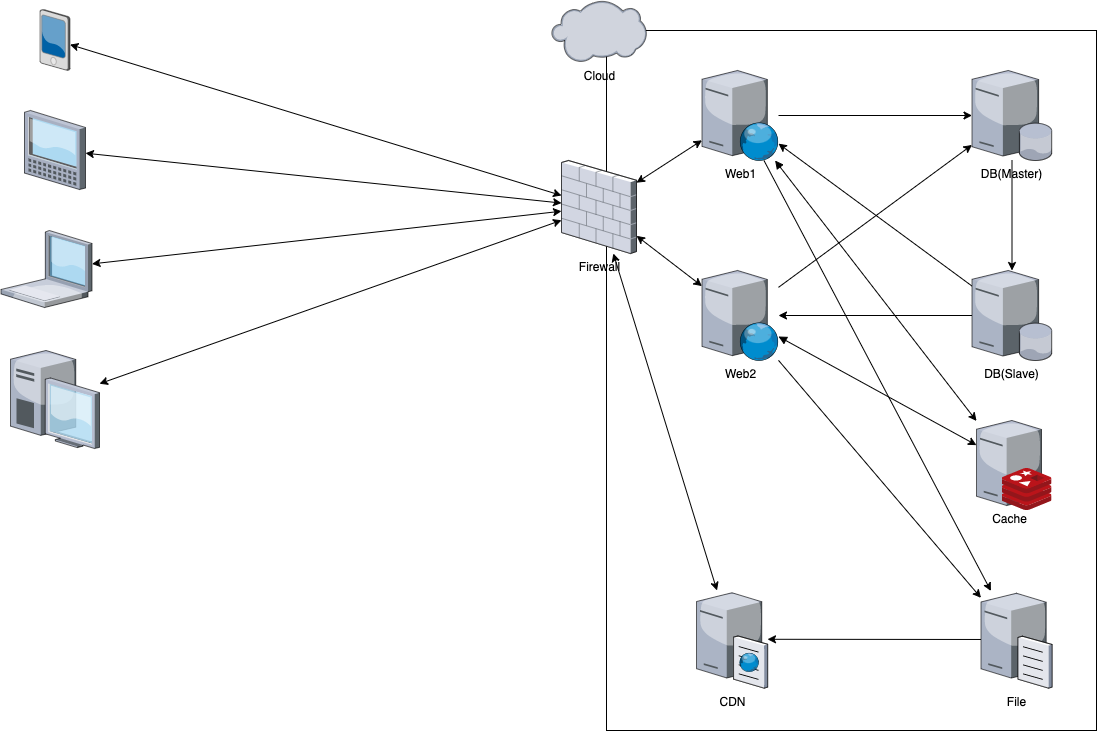
This is docs/architecture.drawio.png from wate/lde, a draw.io export, as it was before one commit. Source tidied: cells renumbered, new cells last; positions are measured from the earlier drawing's top-left corner, leaving out a move shared by most shapes.
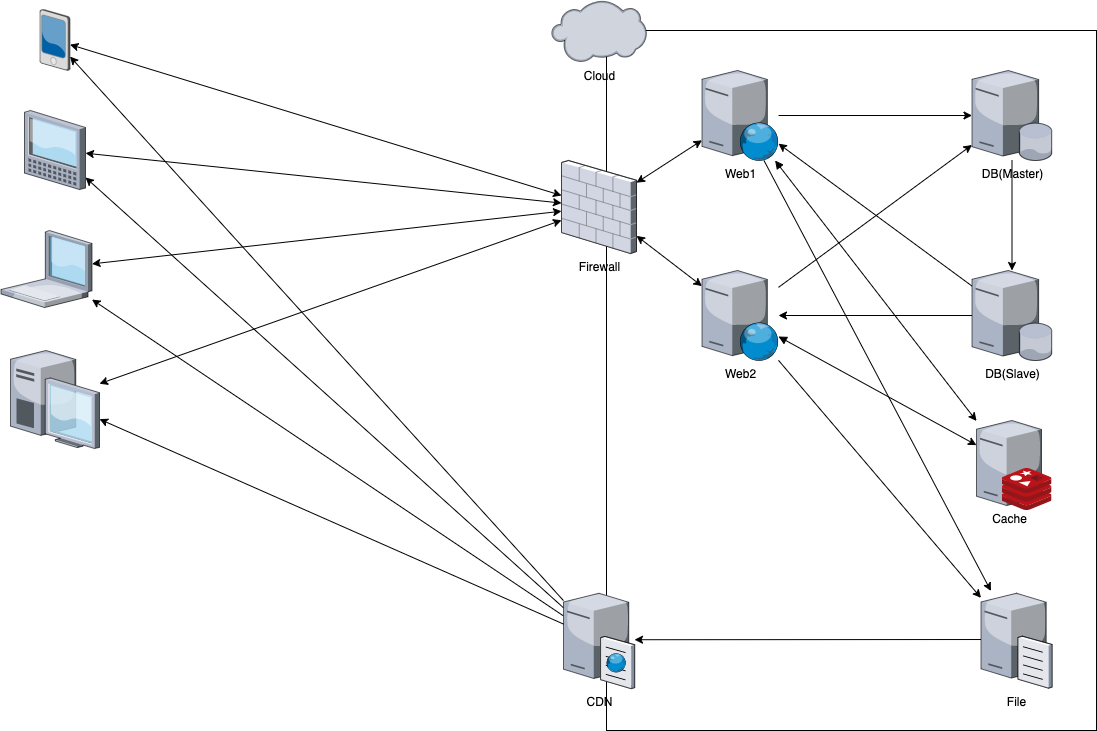
After the change.

What changed in the source:
```diff
@@ -47,8 +47,17 @@
     <mxCell id="16" value="Web2" style="verticalLabelPosition=bottom;sketch=0;html=1;verticalAlign=top;strokeColor=none;align=center;outlineConnect=0;shape=mxgraph.citrix.web_server;" parent="1" vertex="1">
       <mxGeometry x="701.5" y="270" width="76.5" height="90" as="geometry" />
     </mxCell>
+    <mxCell id="35" style="edgeStyle=none;html=1;" parent="1" edge="1" source="17" target="19">
+      <mxGeometry relative="1" as="geometry" />
+    </mxCell>
+    <mxCell id="36" style="edgeStyle=none;html=1;" parent="1" edge="1" source="17" target="34">
+      <mxGeometry relative="1" as="geometry" />
+    </mxCell>
+    <mxCell id="37" style="edgeStyle=none;html=1;" parent="1" edge="1" source="17" target="29">
+      <mxGeometry relative="1" as="geometry" />
+    </mxCell>
     <mxCell id="17" value="CDN" style="verticalLabelPosition=bottom;sketch=0;html=1;verticalAlign=top;strokeColor=none;align=center;outlineConnect=0;shape=mxgraph.citrix.cache_server;" parent="1" vertex="1">
-      <mxGeometry x="696" y="590" width="71" height="97.5" as="geometry" />
+      <mxGeometry x="563" y="590.5" width="71" height="97.5" as="geometry" />
     </mxCell>
     <mxCell id="18" style="edgeStyle=none;html=1;startArrow=classic;startFill=1;" parent="1" edge="1" source="19" target="27">
       <mxGeometry relative="1" as="geometry" />
@@ -74,7 +83,7 @@
     <mxCell id="25" style="edgeStyle=none;html=1;startArrow=classic;startFill=1;" parent="1" edge="1" source="27" target="16">
       <mxGeometry relative="1" as="geometry" />
     </mxCell>
-    <mxCell id="26" style="edgeStyle=none;html=1;startArrow=classic;startFill=1;" parent="1" edge="1" source="27" target="17">
+    <mxCell id="26" style="edgeStyle=none;html=1;startArrow=classic;startFill=1;endArrow=none;endFill=0;" parent="1" edge="1" source="32" target="17">
       <mxGeometry relative="1" as="geometry" />
     </mxCell>
     <mxCell id="27" value="Firewall" style="verticalLabelPosition=bottom;sketch=0;html=1;verticalAlign=top;strokeColor=none;align=center;outlineConnect=0;shape=mxgraph.citrix.firewall;" parent="1" vertex="1">
```
